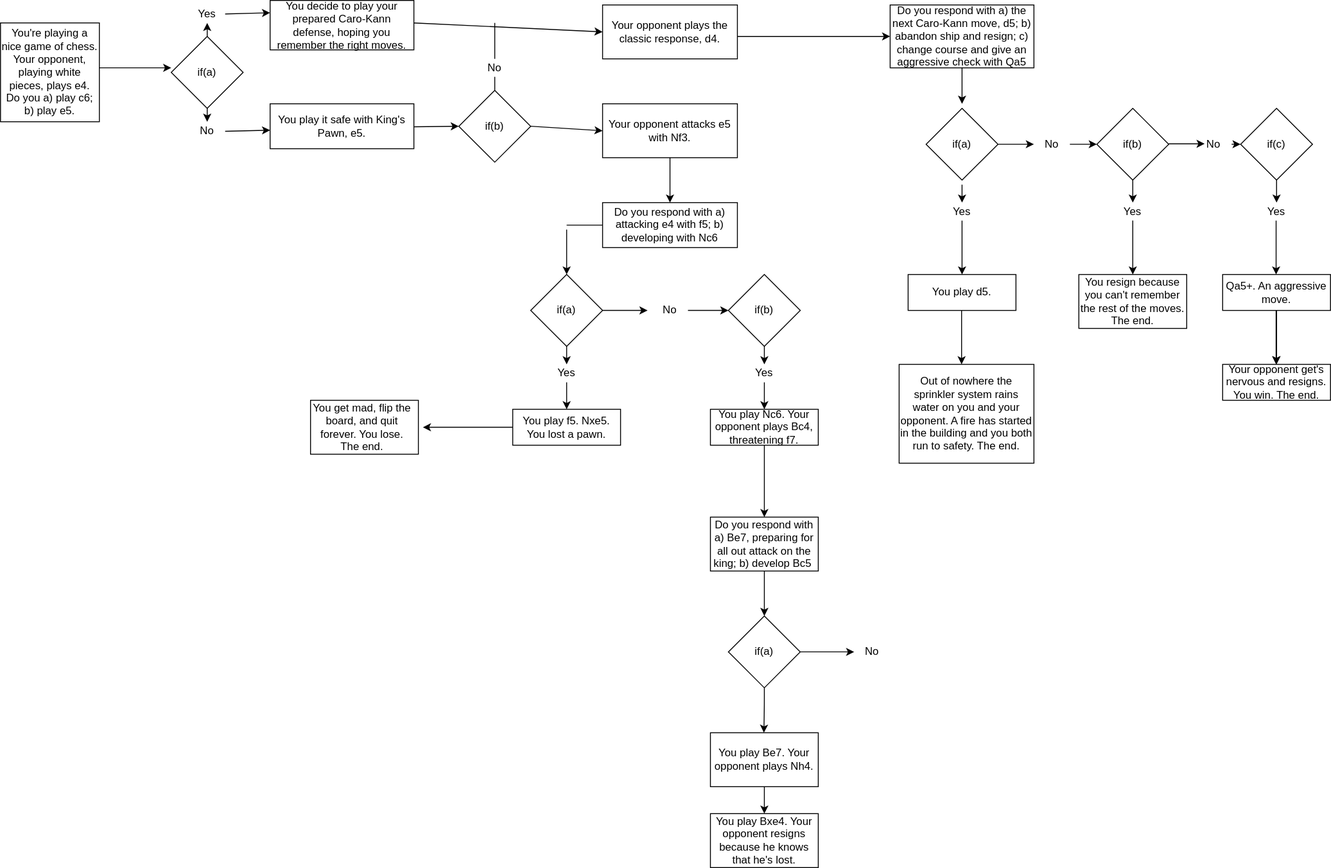
Before: 4-26-main-lab/Lab 4 - Decision Tree.svg, a diagram exported from draw.io (sdaffer/CS-142). Source tidied: cells renumbered, new cells last; positions are measured from the earlier drawing's top-left corner, leaving out a move shared by most shapes.
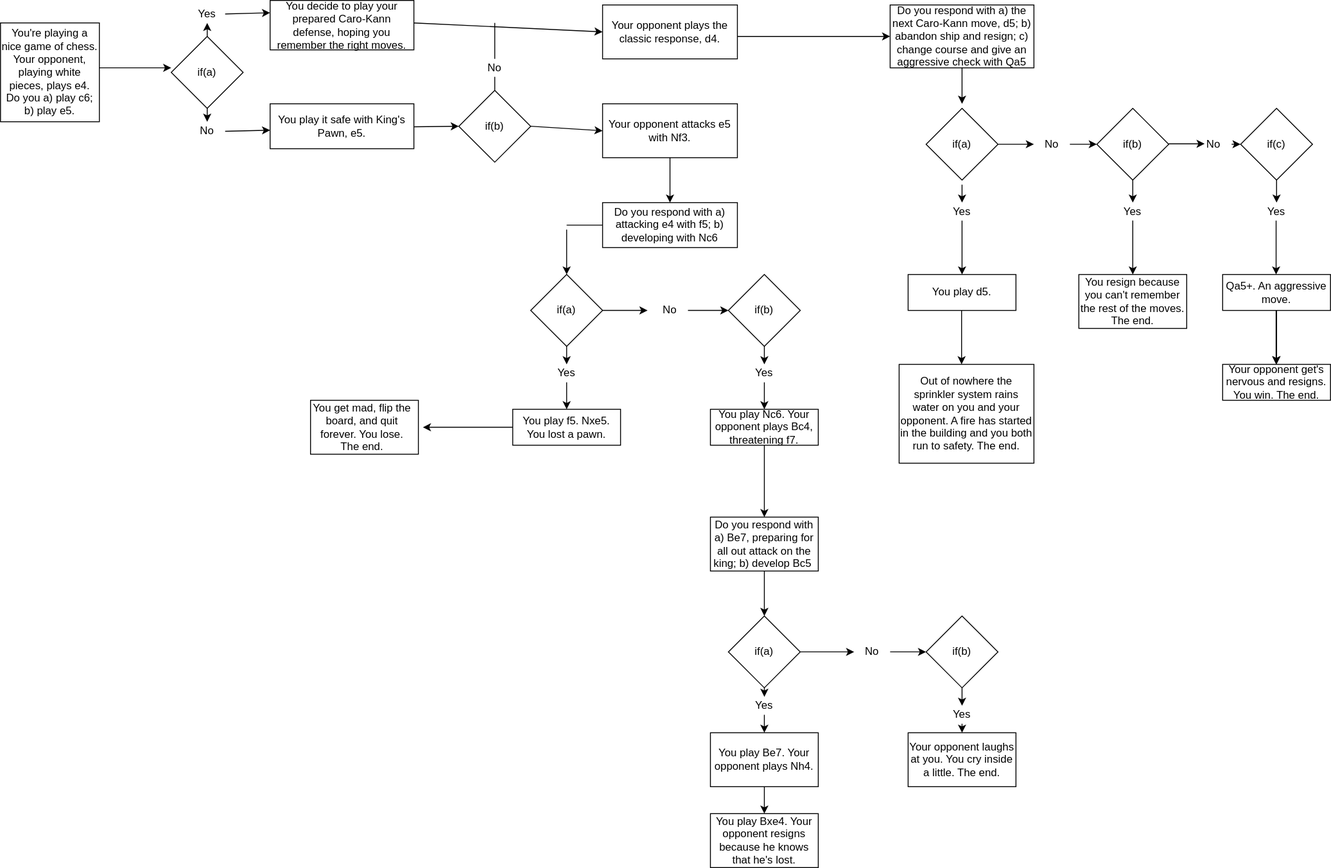
Later version of the same file.

Change to the diagram source:
```diff
@@ -339,15 +339,6 @@
     <mxCell id="95" style="endArrow=classic;html=1;exitX=0.5;exitY=1;exitDx=0;exitDy=0;entryX=0.5;entryY=0;entryDx=0;entryDy=0;" parent="1" edge="1" source="85" target="94">
       <mxGeometry relative="1" as="geometry" />
     </mxCell>
-    <mxCell id="96" style="endArrow=classic;html=1;entryX=0.5;entryY=0;entryDx=0;entryDy=0;" parent="1" edge="1">
-      <mxGeometry relative="1" as="geometry">
-        <mxPoint x="850" y="765" as="sourcePoint" />
-        <mxPoint x="849.5" y="815" as="targetPoint" />
-        <Array as="points">
-          <mxPoint x="850" y="785" />
-        </Array>
-      </mxGeometry>
-    </mxCell>
     <mxCell id="97" value="You play Be7. Your opponent plays Nh4." style="rounded=0;whiteSpace=wrap;html=1;" parent="1" vertex="1">
       <mxGeometry x="790" y="815" width="120" height="60" as="geometry" />
     </mxCell>
@@ -363,5 +354,32 @@
     <mxCell id="101" style="endArrow=classic;html=1;exitX=1;exitY=0.5;exitDx=0;exitDy=0;entryX=0;entryY=0.5;entryDx=0;entryDy=0;" parent="1" edge="1" source="94" target="100">
       <mxGeometry relative="1" as="geometry" />
     </mxCell>
+    <mxCell id="102" value="if(b)" style="rhombus;whiteSpace=wrap;html=1;" parent="1" vertex="1">
+      <mxGeometry x="1030" y="685" width="80" height="80" as="geometry" />
+    </mxCell>
+    <mxCell id="103" style="endArrow=classic;html=1;exitX=1;exitY=0.5;exitDx=0;exitDy=0;entryX=0;entryY=0.5;entryDx=0;entryDy=0;" parent="1" edge="1" source="100" target="102">
+      <mxGeometry relative="1" as="geometry" />
+    </mxCell>
+    <mxCell id="104" value="Yes" style="text;html=1;strokeColor=none;fillColor=none;align=center;verticalAlign=middle;whiteSpace=wrap;rounded=0;" parent="1" vertex="1">
+      <mxGeometry x="830" y="775" width="40" height="20" as="geometry" />
+    </mxCell>
+    <mxCell id="105" style="endArrow=classic;html=1;exitX=0.5;exitY=1;exitDx=0;exitDy=0;entryX=0.5;entryY=0;entryDx=0;entryDy=0;" parent="1" edge="1" source="94" target="104">
+      <mxGeometry relative="1" as="geometry" />
+    </mxCell>
+    <mxCell id="106" style="endArrow=classic;html=1;exitX=0.5;exitY=1;exitDx=0;exitDy=0;entryX=0.5;entryY=0;entryDx=0;entryDy=0;" parent="1" edge="1" source="104" target="97">
+      <mxGeometry relative="1" as="geometry" />
+    </mxCell>
+    <mxCell id="107" value="Yes" style="text;html=1;strokeColor=none;fillColor=none;align=center;verticalAlign=middle;whiteSpace=wrap;rounded=0;" parent="1" vertex="1">
+      <mxGeometry x="1050" y="785" width="40" height="20" as="geometry" />
+    </mxCell>
+    <mxCell id="108" style="endArrow=classic;html=1;exitX=0.5;exitY=1;exitDx=0;exitDy=0;entryX=0.5;entryY=0;entryDx=0;entryDy=0;" parent="1" edge="1" source="102" target="107">
+      <mxGeometry relative="1" as="geometry" />
+    </mxCell>
+    <mxCell id="109" value="Your opponent laughs at you. You cry inside a little. The end." style="rounded=0;whiteSpace=wrap;html=1;" parent="1" vertex="1">
+      <mxGeometry x="1010" y="815" width="120" height="60" as="geometry" />
+    </mxCell>
+    <mxCell id="110" style="endArrow=classic;html=1;exitX=0.5;exitY=1;exitDx=0;exitDy=0;entryX=0.5;entryY=0;entryDx=0;entryDy=0;" parent="1" edge="1" source="107" target="109">
+      <mxGeometry relative="1" as="geometry" />
+    </mxCell>
   </root>
 </mxGraphModel>
```
